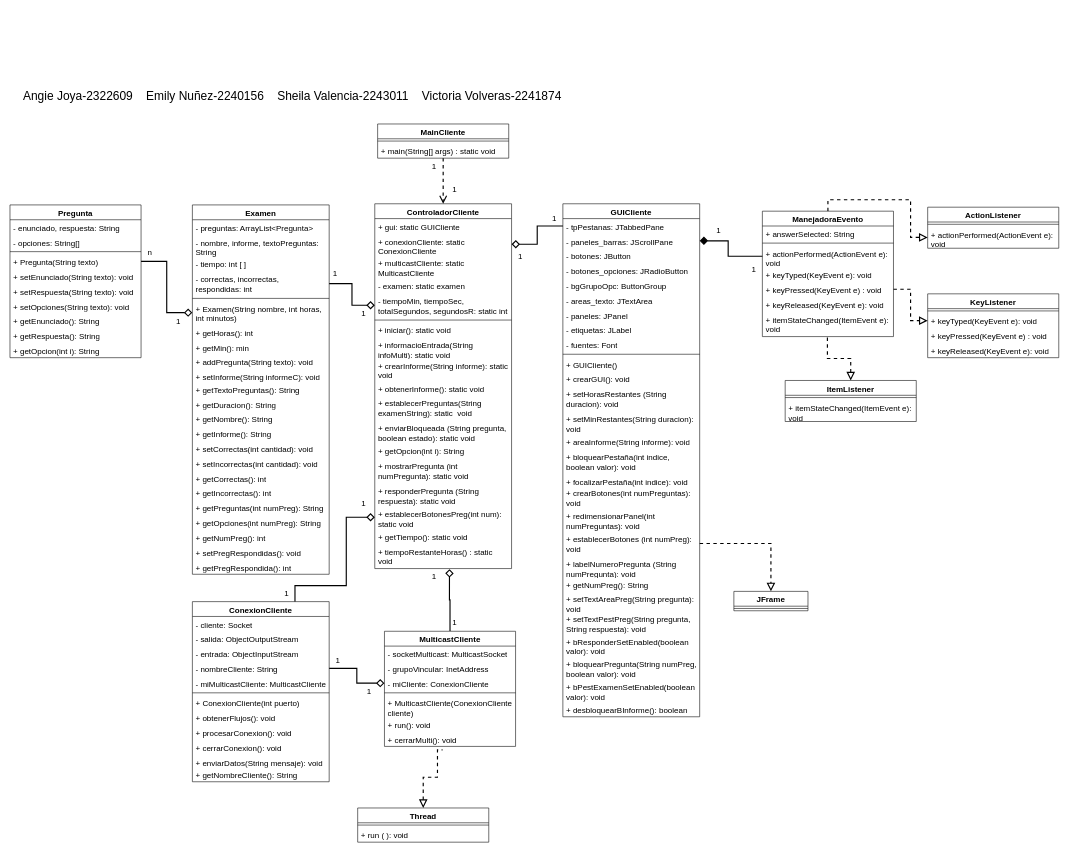
Above: Diagrama de Clases Cliente.drawio in AngieJoya99/Miniproyecto3Eventos (draw.io), before the change. Source tidied: cells renumbered, new cells numbered last; positions are measured from the earlier drawing's top-left corner, leaving out a move shared by most shapes. Both pictures are drawn from the tidied source at 57%, with x=0, y=0 at pixel (10, 84).
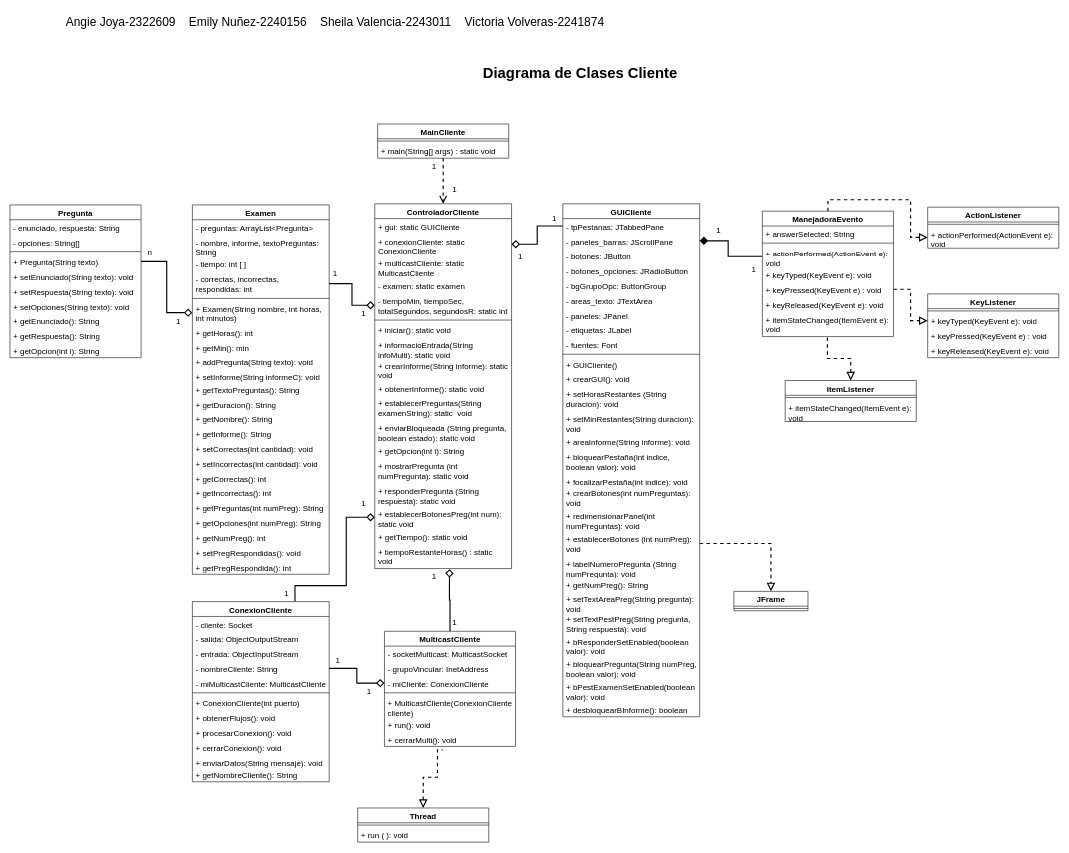
The same page after the edit.

What changed in the source:
```diff
@@
     <mxCell id="162" value="&lt;font style=&quot;font-size: 21px;&quot;&gt;Angie Joya-2322609&amp;nbsp;&amp;nbsp;&amp;nbsp; Emily Nuñez-2240156&amp;nbsp;&amp;nbsp;&amp;nbsp; Sheila Valencia-2243011&amp;nbsp;&amp;nbsp;&amp;nbsp; Victoria Volveras-2241874&lt;/font&gt;" style="text;html=1;align=center;verticalAlign=middle;strokeColor=none;fillColor=none;" parent="1" vertex="1">
-      <mxGeometry x="10" width="970" height="40" as="geometry" />
+      <mxGeometry x="85" y="-130" width="970" height="40" as="geometry" />
     </mxCell>
+    <mxCell id="163" value="&lt;b&gt;&lt;font style=&quot;font-size: 26px;&quot;&gt;Diagrama de Clases Cliente&lt;br&gt;&lt;/font&gt;&lt;/b&gt;" style="text;html=1;align=center;verticalAlign=middle;strokeColor=none;fillColor=none;" parent="1" vertex="1">
+      <mxGeometry x="820" y="-40" width="360" height="40" as="geometry" />
+    </mxCell>
```
